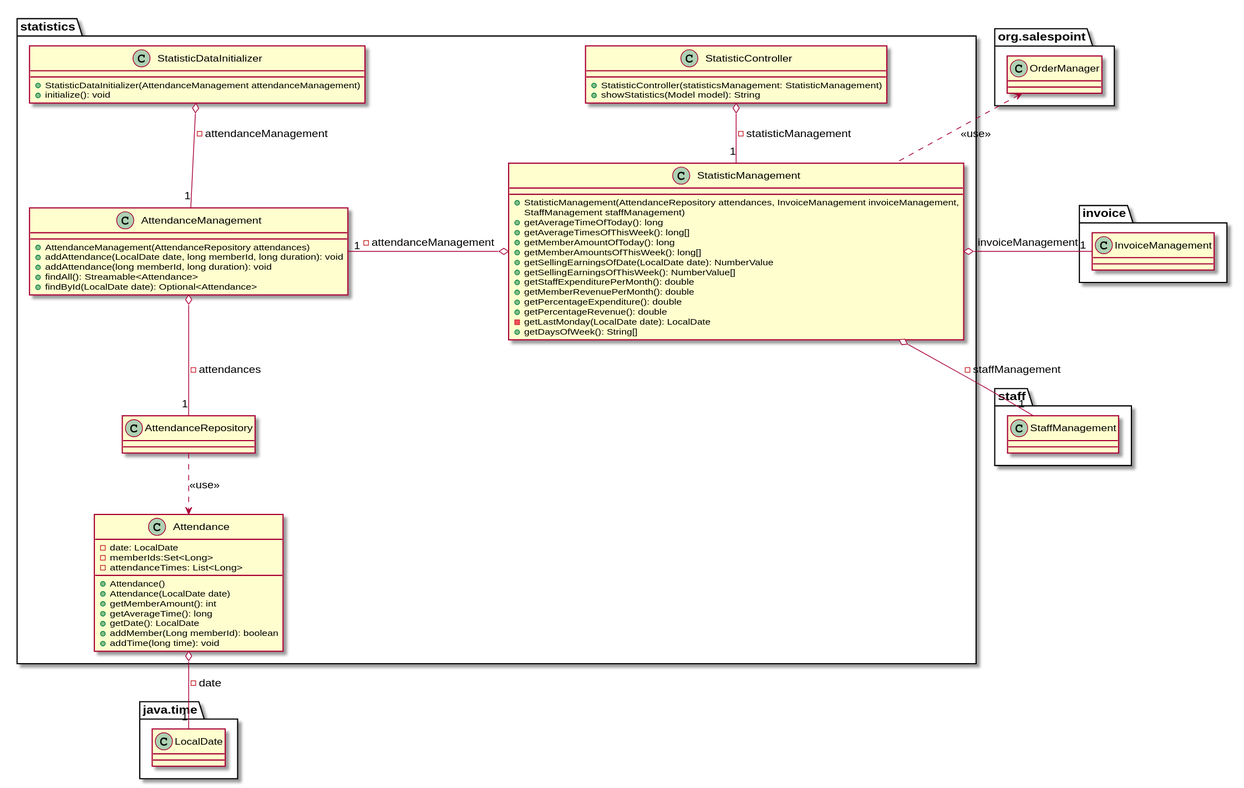
Earlier version of the PlantUML export src/main/asciidoc/models/design/package_statistics_v2.svg (voidIess/Softwaretechnologie_Projekt). Source of this version:
```plantuml
@startuml
namespace statistics {

     StatisticController o-- "1" StatisticManagement: "- statisticManagement"
     class StatisticController {
        + StatisticController(statisticsManagement: StatisticManagement)
        + showStatistics(Model model): String
     }

     org.salespoint.OrderManager <.. StatisticManagement: <<use>>
     StatisticManagement o-right- "1" AttendanceManagement: "- attendanceManagement"
     StatisticManagement o-left- "1" invoice.InvoiceManagement: "- invoiceManagement"
     StatisticManagement o-- "1" staff.StaffManagement: "- staffManagement"
     class StatisticManagement {
        + StatisticManagement(AttendanceRepository attendances, InvoiceManagement invoiceManagement,
							   StaffManagement staffManagement)
        + getAverageTimeOfToday(): long
        + getAverageTimesOfThisWeek(): long[]
        + getMemberAmountOfToday(): long
        + getMemberAmountsOfThisWeek(): long[]
        + getSellingEarningsOfDate(LocalDate date): NumberValue
        + getSellingEarningsOfThisWeek(): NumberValue[]
        + getStaffExpenditurePerMonth(): double
        + getMemberRevenuePerMonth(): double
        + getPercentageExpenditure(): double
        + getPercentageRevenue(): double
        - getLastMonday(LocalDate date): LocalDate
        + getDaysOfWeek(): String[]
     }

     StatisticDataInitializer o-- "1" AttendanceManagement: "- attendanceManagement"
     class StatisticDataInitializer {
        + StatisticDataInitializer(AttendanceManagement attendanceManagement)
        + initialize(): void
     }

     AttendanceManagement o-- "1" AttendanceRepository: "- attendances"
     class AttendanceManagement {
        + AttendanceManagement(AttendanceRepository attendances)
        + addAttendance(LocalDate date, long memberId, long duration): void
        + addAttendance(long memberId, long duration): void
        + findAll(): Streamable<Attendance>
        + findById(LocalDate date): Optional<Attendance>
     }

    AttendanceRepository ..> Attendance: <<use>>
    Attendance o-- "1" java.time.LocalDate: "- date"
    class Attendance {
        - date: LocalDate
        - memberIds:Set<Long>
        - attendanceTimes: List<Long>
        + Attendance()
        + Attendance(LocalDate date)
        + getMemberAmount(): int
        + getAverageTime(): long
        + getDate(): LocalDate
        + addMember(Long memberId): boolean
        + addTime(long time): void
    }

}
@enduml
```
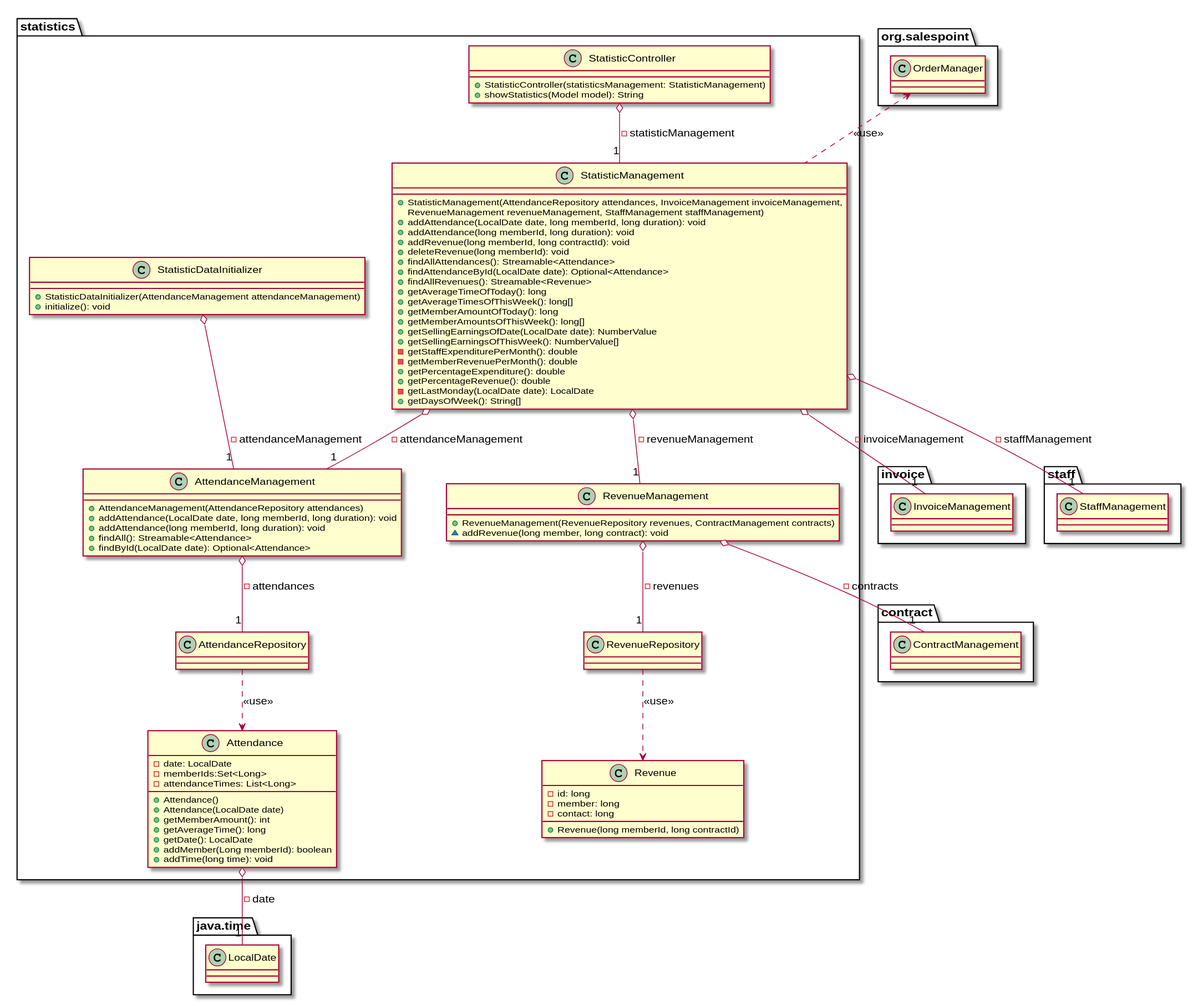
The same diagram one commit later.

Commit message:
updated stats uml

Diff of the diagram source:
```diff
@@ -8,20 +8,28 @@
      }
 
      org.salespoint.OrderManager <.. StatisticManagement: <<use>>
-     StatisticManagement o-right- "1" AttendanceManagement: "- attendanceManagement"
-     StatisticManagement o-left- "1" invoice.InvoiceManagement: "- invoiceManagement"
+     StatisticManagement o-- "1" AttendanceManagement: "- attendanceManagement"
+     StatisticManagement o-- "1" invoice.InvoiceManagement: "- invoiceManagement"
+     StatisticManagement o-- "1" RevenueManagement: "- revenueManagement"
      StatisticManagement o-- "1" staff.StaffManagement: "- staffManagement"
      class StatisticManagement {
         + StatisticManagement(AttendanceRepository attendances, InvoiceManagement invoiceManagement,
-							   StaffManagement staffManagement)
+							   RevenueManagement revenueManagement, StaffManagement staffManagement)
+        + addAttendance(LocalDate date, long memberId, long duration): void
+        + addAttendance(long memberId, long duration): void
+        + addRevenue(long memberId, long contractId): void
+        + deleteRevenue(long memberId): void
+        + findAllAttendances(): Streamable<Attendance>
+        + findAttendanceById(LocalDate date): Optional<Attendance>
+        + findAllRevenues(): Streamable<Revenue>
         + getAverageTimeOfToday(): long
         + getAverageTimesOfThisWeek(): long[]
         + getMemberAmountOfToday(): long
         + getMemberAmountsOfThisWeek(): long[]
         + getSellingEarningsOfDate(LocalDate date): NumberValue
         + getSellingEarningsOfThisWeek(): NumberValue[]
-        + getStaffExpenditurePerMonth(): double
-        + getMemberRevenuePerMonth(): double
+        - getStaffExpenditurePerMonth(): double
+        - getMemberRevenuePerMonth(): double
         + getPercentageExpenditure(): double
         + getPercentageRevenue(): double
         - getLastMonday(LocalDate date): LocalDate
@@ -58,5 +66,20 @@
         + addTime(long time): void
     }
 
+    RevenueRepository ..> Revenue: <<use>>
+    class Revenue {
+        - id: long
+        - member: long
+        - contact: long
+        + Revenue(long memberId, long contractId)
+    }
+
+    RevenueManagement o-- "1" RevenueRepository: "- revenues"
+    RevenueManagement o-- "1" contract.ContractManagement: "- contracts"
+    class RevenueManagement {
+        + RevenueManagement(RevenueRepository revenues, ContractManagement contracts)
+        ~ addRevenue(long member, long contract): void
+    }
+
 }
 @enduml
```
